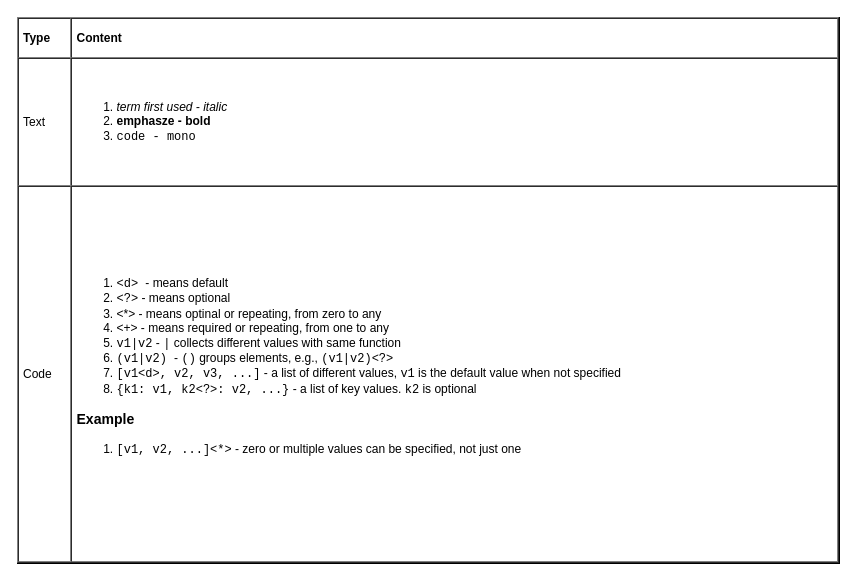
Before: page "styling" (1 of 5) of ux/ux.drawio in yangdj/tf_docs, a draw.io diagram. Source tidied: cells renumbered, new cells numbered last; positions are measured from the earlier drawing's top-left corner, leaving out a move shared by most shapes. Both pictures are drawn from the tidied source at 100%, with x=0, y=0 at pixel (17, 17).
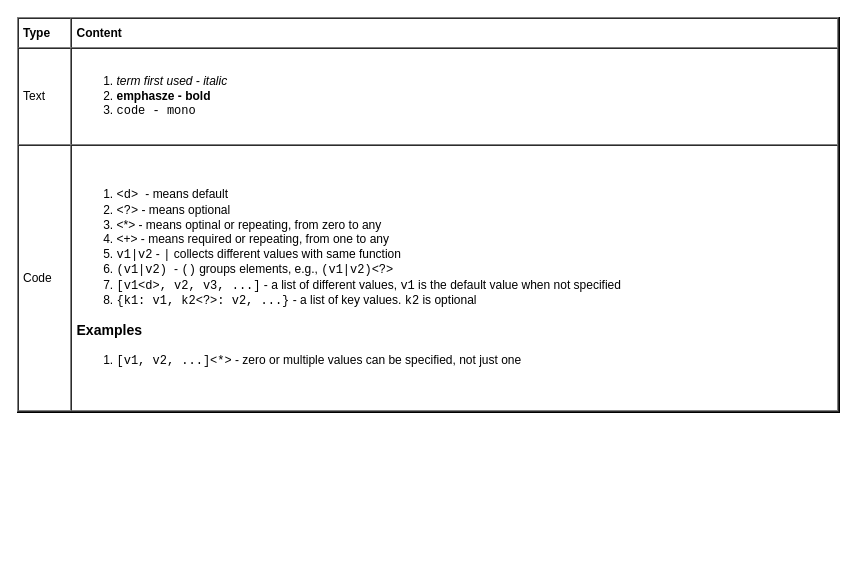
After the change.

What changed in the source:
```diff
@@
 <mxGraphModel>
   <root>
     <mxCell id="0" />
     <mxCell id="1" parent="0" />
-    <mxCell id="2" value="&lt;table cellpadding=&quot;4&quot; cellspacing=&quot;0&quot; border=&quot;1&quot; style=&quot;font-size: 12px ; width: 100% ; height: 100%&quot;&gt;&lt;tbody style=&quot;font-size: 12px&quot;&gt;&lt;tr style=&quot;font-size: 12px&quot;&gt;&lt;th style=&quot;font-size: 12px&quot;&gt;Type&lt;/th&gt;&lt;th style=&quot;font-size: 12px&quot;&gt;Content&lt;/th&gt;&lt;/tr&gt;&lt;tr style=&quot;font-size: 12px&quot;&gt;&lt;td style=&quot;font-size: 12px&quot;&gt;Text&lt;/td&gt;&lt;td style=&quot;font-size: 12px&quot;&gt;&lt;ol style=&quot;font-size: 12px&quot;&gt;&lt;li style=&quot;font-size: 12px&quot;&gt;&lt;i style=&quot;font-size: 12px&quot;&gt;term first used - italic&lt;/i&gt;&lt;/li&gt;&lt;li style=&quot;font-size: 12px&quot;&gt;&lt;b style=&quot;font-size: 12px&quot;&gt;emphasze - bold&lt;/b&gt;&lt;/li&gt;&lt;li&gt;&lt;font face=&quot;Courier New&quot;&gt;code - mono&lt;/font&gt;&lt;/li&gt;&lt;/ol&gt;&lt;/td&gt;&lt;/tr&gt;&lt;tr style=&quot;font-size: 12px&quot;&gt;&lt;td style=&quot;font-size: 12px&quot;&gt;Code&lt;/td&gt;&lt;td style=&quot;font-size: 12px&quot;&gt;&lt;ol style=&quot;font-size: 12px&quot;&gt;&lt;li style=&quot;font-size: 12px&quot;&gt;&lt;font face=&quot;Courier New&quot;&gt;&amp;lt;d&amp;gt; &lt;/font&gt;&lt;span&gt;- means default&lt;/span&gt;&lt;br&gt;&lt;/li&gt;&lt;li&gt;&lt;font face=&quot;Courier New&quot;&gt;&amp;lt;?&amp;gt;&lt;/font&gt;&amp;nbsp;- means optional&lt;/li&gt;&lt;li style=&quot;font-size: 12px&quot;&gt;&lt;font style=&quot;font-size: 12px&quot;&gt;&amp;lt;*&amp;gt; - means optinal or repeating, from zero to any&lt;/font&gt;&lt;/li&gt;&lt;li style=&quot;font-size: 12px&quot;&gt;&lt;font style=&quot;font-size: 12px&quot;&gt;&amp;lt;+&amp;gt; - means required or repeating, from one to any&lt;/font&gt;&lt;/li&gt;&lt;li&gt;&lt;font face=&quot;Courier New&quot;&gt;v1|v2&lt;/font&gt;&lt;span&gt; - &lt;/span&gt;&lt;font face=&quot;Courier New&quot;&gt;|&lt;/font&gt;&lt;span&gt; collects different values with same function&lt;/span&gt;&lt;br&gt;&lt;/li&gt;&lt;li&gt;&lt;font face=&quot;Courier New&quot;&gt;(v1|v2)&amp;nbsp;&lt;/font&gt;-&amp;nbsp;&lt;font face=&quot;Courier New&quot;&gt;()&lt;/font&gt;&amp;nbsp;groups elements, e.g.,&amp;nbsp;&lt;font face=&quot;Courier New&quot;&gt;(v1|v2)&amp;lt;?&amp;gt;&lt;/font&gt;&lt;/li&gt;&lt;li style=&quot;font-size: 12px&quot;&gt;&lt;font face=&quot;Courier New&quot; style=&quot;font-size: 12px&quot;&gt;[v1&amp;lt;d&amp;gt;, v2, v3, ...]&lt;/font&gt; - a list of different values, &lt;font face=&quot;Courier New&quot; style=&quot;font-size: 12px&quot;&gt;v1&lt;/font&gt;&amp;nbsp;is the default value when not specified&lt;/li&gt;&lt;li style=&quot;font-size: 12px&quot;&gt;&lt;font face=&quot;Courier New&quot;&gt;{k1: v1, k2&amp;lt;?&amp;gt;: v2, ...}&lt;/font&gt; - a list of key values. &lt;font face=&quot;Courier New&quot;&gt;k2&lt;/font&gt;&amp;nbsp;is optional&lt;br&gt;&lt;/li&gt;&lt;/ol&gt;&lt;h3&gt;Example&lt;/h3&gt;&lt;div&gt;&lt;ol&gt;&lt;li&gt;&lt;font face=&quot;Courier New&quot;&gt;[v1, v2, ...]&amp;lt;*&amp;gt;&lt;/font&gt;&amp;nbsp;- zero or multiple values can be specified, not just one&lt;/li&gt;&lt;/ol&gt;&lt;/div&gt;&lt;div&gt;&lt;br&gt;&lt;/div&gt;&lt;/td&gt;&lt;/tr&gt;&lt;/tbody&gt;&lt;/table&gt; " style="verticalAlign=top;align=left;overflow=fill;fontSize=12;fontFamily=Helvetica;html=1;fillColor=#ffffff;" parent="1" vertex="1">
-      <mxGeometry width="822" height="546" as="geometry" />
+    <mxCell id="2" value="&lt;table cellpadding=&quot;4&quot; cellspacing=&quot;0&quot; border=&quot;1&quot; style=&quot;font-size: 12px ; width: 100% ; height: 100%&quot;&gt;&lt;tbody style=&quot;font-size: 12px&quot;&gt;&lt;tr style=&quot;font-size: 12px&quot;&gt;&lt;th style=&quot;font-size: 12px&quot;&gt;Type&lt;/th&gt;&lt;th style=&quot;font-size: 12px&quot;&gt;Content&lt;/th&gt;&lt;/tr&gt;&lt;tr style=&quot;font-size: 12px&quot;&gt;&lt;td style=&quot;font-size: 12px&quot;&gt;Text&lt;/td&gt;&lt;td style=&quot;font-size: 12px&quot;&gt;&lt;ol style=&quot;font-size: 12px&quot;&gt;&lt;li style=&quot;font-size: 12px&quot;&gt;&lt;i style=&quot;font-size: 12px&quot;&gt;term first used - italic&lt;/i&gt;&lt;/li&gt;&lt;li style=&quot;font-size: 12px&quot;&gt;&lt;b style=&quot;font-size: 12px&quot;&gt;emphasze - bold&lt;/b&gt;&lt;/li&gt;&lt;li&gt;&lt;font face=&quot;Courier New&quot;&gt;code - mono&lt;/font&gt;&lt;/li&gt;&lt;/ol&gt;&lt;/td&gt;&lt;/tr&gt;&lt;tr style=&quot;font-size: 12px&quot;&gt;&lt;td style=&quot;font-size: 12px&quot;&gt;Code&lt;/td&gt;&lt;td style=&quot;font-size: 12px&quot;&gt;&lt;ol style=&quot;font-size: 12px&quot;&gt;&lt;li style=&quot;font-size: 12px&quot;&gt;&lt;font face=&quot;Courier New&quot;&gt;&amp;lt;d&amp;gt; &lt;/font&gt;&lt;span&gt;- means default&lt;/span&gt;&lt;br&gt;&lt;/li&gt;&lt;li&gt;&lt;font face=&quot;Courier New&quot;&gt;&amp;lt;?&amp;gt;&lt;/font&gt;&amp;nbsp;- means optional&lt;/li&gt;&lt;li style=&quot;font-size: 12px&quot;&gt;&lt;font style=&quot;font-size: 12px&quot;&gt;&amp;lt;*&amp;gt; - means optinal or repeating, from zero to any&lt;/font&gt;&lt;/li&gt;&lt;li style=&quot;font-size: 12px&quot;&gt;&lt;font style=&quot;font-size: 12px&quot;&gt;&amp;lt;+&amp;gt; - means required or repeating, from one to any&lt;/font&gt;&lt;/li&gt;&lt;li&gt;&lt;font face=&quot;Courier New&quot;&gt;v1|v2&lt;/font&gt;&lt;span&gt; - &lt;/span&gt;&lt;font face=&quot;Courier New&quot;&gt;|&lt;/font&gt;&lt;span&gt; collects different values with same function&lt;/span&gt;&lt;br&gt;&lt;/li&gt;&lt;li&gt;&lt;font face=&quot;Courier New&quot;&gt;(v1|v2)&amp;nbsp;&lt;/font&gt;-&amp;nbsp;&lt;font face=&quot;Courier New&quot;&gt;()&lt;/font&gt;&amp;nbsp;groups elements, e.g.,&amp;nbsp;&lt;font face=&quot;Courier New&quot;&gt;(v1|v2)&amp;lt;?&amp;gt;&lt;/font&gt;&lt;/li&gt;&lt;li style=&quot;font-size: 12px&quot;&gt;&lt;font face=&quot;Courier New&quot; style=&quot;font-size: 12px&quot;&gt;[v1&amp;lt;d&amp;gt;, v2, v3, ...]&lt;/font&gt; - a list of different values, &lt;font face=&quot;Courier New&quot; style=&quot;font-size: 12px&quot;&gt;v1&lt;/font&gt;&amp;nbsp;is the default value when not specified&lt;/li&gt;&lt;li style=&quot;font-size: 12px&quot;&gt;&lt;font face=&quot;Courier New&quot;&gt;{k1: v1, k2&amp;lt;?&amp;gt;: v2, ...}&lt;/font&gt; - a list of key values. &lt;font face=&quot;Courier New&quot;&gt;k2&lt;/font&gt;&amp;nbsp;is optional&lt;br&gt;&lt;/li&gt;&lt;/ol&gt;&lt;h3&gt;Examples&lt;/h3&gt;&lt;div&gt;&lt;ol&gt;&lt;li&gt;&lt;font face=&quot;Courier New&quot;&gt;[v1, v2, ...]&amp;lt;*&amp;gt;&lt;/font&gt;&amp;nbsp;- zero or multiple values can be specified, not just one&lt;/li&gt;&lt;/ol&gt;&lt;/div&gt;&lt;/td&gt;&lt;/tr&gt;&lt;/tbody&gt;&lt;/table&gt; " style="verticalAlign=top;align=left;overflow=fill;fontSize=12;fontFamily=Helvetica;html=1;fillColor=#ffffff;" parent="1" vertex="1">
+      <mxGeometry width="822" height="395" as="geometry" />
     </mxCell>
   </root>
 </mxGraphModel>
```
